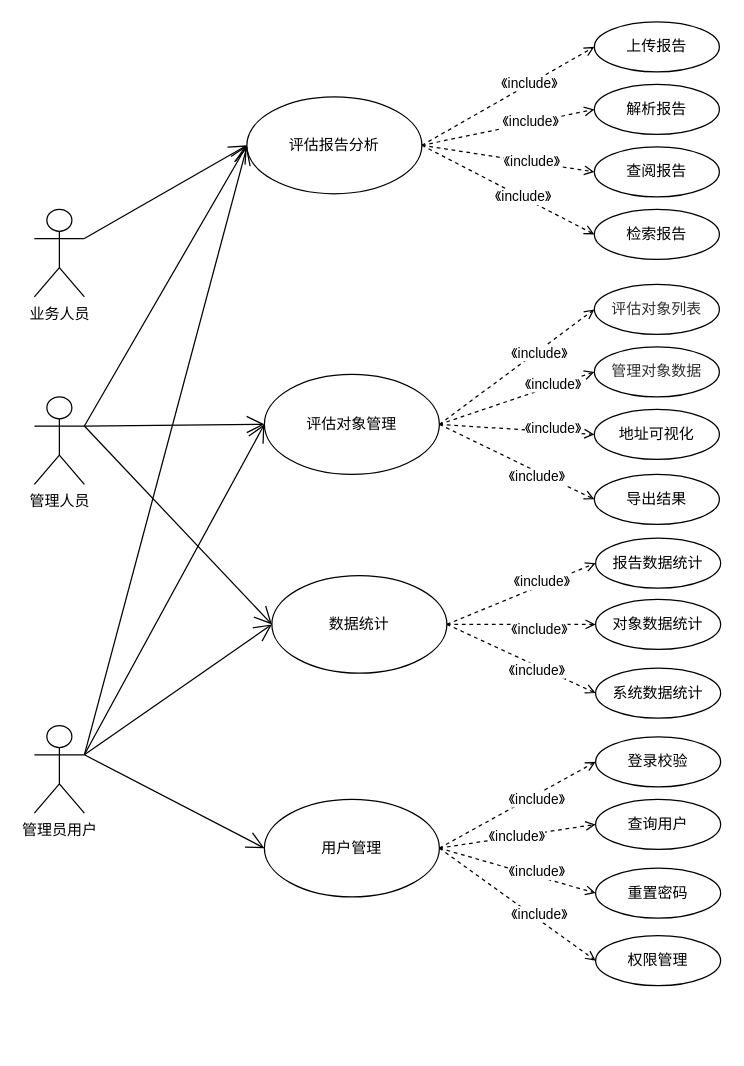
Before: user_case.drawio in lang22/DocAI_UML, a draw.io diagram. Source tidied: cells renumbered, new cells numbered last; positions are measured from the earlier drawing's top-left corner, leaving out a move shared by most shapes. Both pictures are drawn from the tidied source at 125%, with x=0, y=0 at pixel (34, 21).
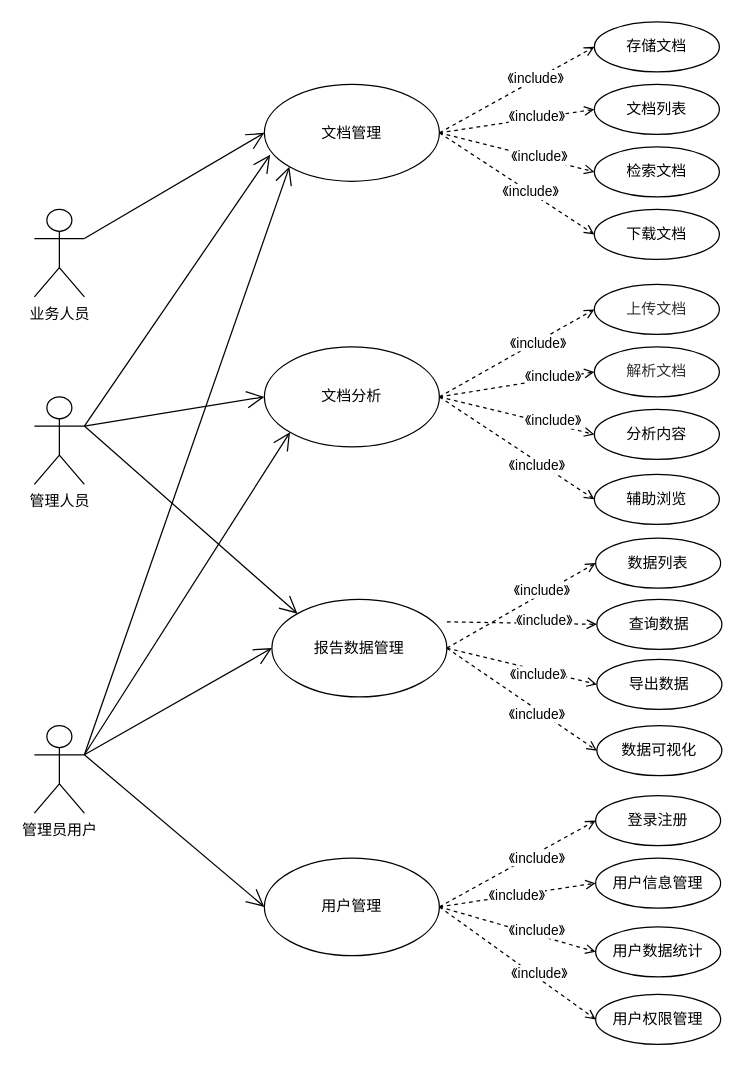
The same diagram, later.

The change refers to these unchanged cells:
```xml
<mxCell id="49" value="管理人员" style="shape=umlActor;verticalLabelPosition=bottom;verticalAlign=top;html=1;" parent="1" vertex="1">
  <mxGeometry y="300" width="40" height="70" as="geometry" />
</mxCell>
<mxCell id="50" value="管理员用户" style="shape=umlActor;verticalLabelPosition=bottom;verticalAlign=top;html=1;" parent="1" vertex="1">
  <mxGeometry y="563" width="40" height="70" as="geometry" />
</mxCell>
```

The edit, as a diff of the source:
```diff
@@
-    <mxCell id="6" value="评估报告分析" style="ellipse;whiteSpace=wrap;html=1;" parent="1" vertex="1">
-      <mxGeometry x="170" y="60" width="140" height="77.5" as="geometry" />
+    <mxCell id="6" value="文档管理" style="ellipse;whiteSpace=wrap;html=1;" parent="1" vertex="1">
+      <mxGeometry x="184" y="50" width="140" height="77.5" as="geometry" />
     </mxCell>
@@
-    <mxCell id="11" value="数据统计" style="ellipse;whiteSpace=wrap;html=1;" parent="1" vertex="1">
-      <mxGeometry x="190" y="443" width="140" height="78" as="geometry" />
+    <mxCell id="11" value="报告数据管理" style="ellipse;whiteSpace=wrap;html=1;" parent="1" vertex="1">
+      <mxGeometry x="190" y="462" width="140" height="78" as="geometry" />
     </mxCell>
@@
     <mxCell id="15" value="用户管理" style="ellipse;whiteSpace=wrap;html=1;" parent="1" vertex="1">
-      <mxGeometry x="184" y="622" width="140" height="78" as="geometry" />
+      <mxGeometry x="184" y="669" width="140" height="78" as="geometry" />
     </mxCell>
@@
-    <mxCell id="24" value="评估对象管理" style="ellipse;whiteSpace=wrap;html=1;" parent="1" vertex="1">
-      <mxGeometry x="184" y="282" width="140" height="80" as="geometry" />
+    <mxCell id="24" value="文档分析" style="ellipse;whiteSpace=wrap;html=1;" parent="1" vertex="1">
+      <mxGeometry x="184" y="260" width="140" height="80" as="geometry" />
     </mxCell>
@@
-    <mxCell id="26" value="上传报告" style="ellipse;whiteSpace=wrap;html=1;" parent="1" vertex="1">
+    <mxCell id="26" value="存储文档" style="ellipse;whiteSpace=wrap;html=1;" parent="1" vertex="1">
       <mxGeometry x="448" width="100" height="40" as="geometry" />
     </mxCell>
-    <mxCell id="27" value="解析报告" style="ellipse;whiteSpace=wrap;html=1;" parent="1" vertex="1">
+    <mxCell id="27" value="文档列表" style="ellipse;whiteSpace=wrap;html=1;" parent="1" vertex="1">
       <mxGeometry x="448" y="50" width="100" height="40" as="geometry" />
     </mxCell>
-    <mxCell id="28" value="导出结果" style="ellipse;whiteSpace=wrap;html=1;" parent="1" vertex="1">
+    <mxCell id="28" value="辅助浏览" style="ellipse;whiteSpace=wrap;html=1;" parent="1" vertex="1">
       <mxGeometry x="448" y="362" width="100" height="40" as="geometry" />
     </mxCell>
-    <mxCell id="29" value="&lt;span style=&quot;color: rgb(50, 50, 50); font-family: 微软雅黑; background-color: rgba(255, 255, 255, 0.01);&quot;&gt;评估对象列表&lt;/span&gt;" style="ellipse;whiteSpace=wrap;html=1;" parent="1" vertex="1">
+    <mxCell id="29" value="&lt;font face=&quot;微软雅黑&quot; color=&quot;#323232&quot;&gt;&lt;span class=&quot;custom-cursor-default-hover&quot; style=&quot;background-color: rgba(255, 255, 255, 0.01);&quot;&gt;上传文档&lt;/span&gt;&lt;/font&gt;" style="ellipse;whiteSpace=wrap;html=1;" parent="1" vertex="1">
       <mxGeometry x="448" y="210" width="100" height="40" as="geometry" />
     </mxCell>
-    <mxCell id="30" value="地址可视化" style="ellipse;whiteSpace=wrap;html=1;" parent="1" vertex="1">
+    <mxCell id="30" value="分析内容" style="ellipse;whiteSpace=wrap;html=1;" parent="1" vertex="1">
       <mxGeometry x="448" y="310" width="100" height="40" as="geometry" />
     </mxCell>
-    <mxCell id="31" value="&lt;span style=&quot;color: rgb(50, 50, 50); font-family: 微软雅黑; background-color: rgba(255, 255, 255, 0.01);&quot;&gt;管理对象数据&lt;/span&gt;" style="ellipse;whiteSpace=wrap;html=1;" parent="1" vertex="1">
+    <mxCell id="31" value="&lt;span class=&quot;custom-cursor-default-hover&quot; style=&quot;color: rgb(50, 50, 50); font-family: 微软雅黑; background-color: rgba(255, 255, 255, 0.01);&quot;&gt;解析文档&lt;/span&gt;" style="ellipse;whiteSpace=wrap;html=1;" parent="1" vertex="1">
       <mxGeometry x="448" y="260" width="100" height="40" as="geometry" />
     </mxCell>
-    <mxCell id="32" value="检索报告" style="ellipse;whiteSpace=wrap;html=1;" parent="1" vertex="1">
+    <mxCell id="32" value="下载文档" style="ellipse;whiteSpace=wrap;html=1;" parent="1" vertex="1">
       <mxGeometry x="448" y="150" width="100" height="40" as="geometry" />
     </mxCell>
-    <mxCell id="33" value="查阅报告" style="ellipse;whiteSpace=wrap;html=1;" parent="1" vertex="1">
+    <mxCell id="33" value="检索文档" style="ellipse;whiteSpace=wrap;html=1;" parent="1" vertex="1">
       <mxGeometry x="448" y="100" width="100" height="40" as="geometry" />
     </mxCell>
-    <mxCell id="34" value="报告数据统计" style="ellipse;whiteSpace=wrap;html=1;" parent="1" vertex="1">
+    <mxCell id="34" value="数据列表" style="ellipse;whiteSpace=wrap;html=1;" parent="1" vertex="1">
       <mxGeometry x="449" y="413" width="100" height="40" as="geometry" />
     </mxCell>
@@
-    <mxCell id="39" value="对象数据统计" style="ellipse;whiteSpace=wrap;html=1;" parent="1" vertex="1">
-      <mxGeometry x="449" y="462" width="100" height="40" as="geometry" />
+    <mxCell id="39" value="导出数据" style="ellipse;whiteSpace=wrap;html=1;" parent="1" vertex="1">
+      <mxGeometry x="450" y="510" width="100" height="40" as="geometry" />
     </mxCell>
-    <mxCell id="40" value="查询用户" style="ellipse;whiteSpace=wrap;html=1;" parent="1" vertex="1">
-      <mxGeometry x="449" y="622" width="100" height="40" as="geometry" />
+    <mxCell id="40" value="用户信息管理" style="ellipse;whiteSpace=wrap;html=1;" parent="1" vertex="1">
+      <mxGeometry x="449" y="669" width="100" height="40" as="geometry" />
     </mxCell>
-    <mxCell id="41" value="重置密码" style="ellipse;whiteSpace=wrap;html=1;" parent="1" vertex="1">
-      <mxGeometry x="449" y="677" width="100" height="40" as="geometry" />
+    <mxCell id="41" value="用户数据统计" style="ellipse;whiteSpace=wrap;html=1;" parent="1" vertex="1">
+      <mxGeometry x="449" y="724" width="100" height="40" as="geometry" />
     </mxCell>
@@
-    <mxCell id="43" value="系统数据统计" style="ellipse;whiteSpace=wrap;html=1;" parent="1" vertex="1">
-      <mxGeometry x="449" y="517" width="100" height="40" as="geometry" />
+    <mxCell id="43" value="数据可视化" style="ellipse;whiteSpace=wrap;html=1;" parent="1" vertex="1">
+      <mxGeometry x="450" y="563" width="100" height="40" as="geometry" />
     </mxCell>
@@
-    <mxCell id="46" value="登录校验" style="ellipse;whiteSpace=wrap;html=1;" parent="1" vertex="1">
-      <mxGeometry x="449" y="572" width="100" height="40" as="geometry" />
+    <mxCell id="46" value="登录注册" style="ellipse;whiteSpace=wrap;html=1;" parent="1" vertex="1">
+      <mxGeometry x="449" y="619" width="100" height="40" as="geometry" />
     </mxCell>
@@
-    <mxCell id="51" style="endArrow=open;endSize=12;html=1;rounded=0;exitX=1;exitY=0.3333333333333333;exitDx=0;exitDy=0;exitPerimeter=0;entryX=0;entryY=0.5;entryDx=0;entryDy=0;" parent="1" edge="1" source="49" target="6">
+    <mxCell id="51" style="endArrow=open;endSize=12;html=1;rounded=0;exitX=1;exitY=0.3333333333333333;exitDx=0;exitDy=0;exitPerimeter=0;entryX=0.033;entryY=0.727;entryDx=0;entryDy=0;entryPerimeter=0;" parent="1" edge="1" source="49" target="6">
       <mxGeometry x="0.14" y="-19" relative="1" as="geometry" />
     </mxCell>
@@
-    <mxCell id="55" style="endArrow=open;endSize=12;html=1;rounded=0;entryX=0;entryY=0.5;entryDx=0;entryDy=0;exitX=1;exitY=0.3333333333333333;exitDx=0;exitDy=0;exitPerimeter=0;" parent="1" edge="1" source="49" target="11">
+    <mxCell id="55" style="endArrow=open;endSize=12;html=1;rounded=0;entryX=0;entryY=0;entryDx=0;entryDy=0;exitX=1;exitY=0.3333333333333333;exitDx=0;exitDy=0;exitPerimeter=0;" parent="1" edge="1" source="49" target="11">
       <mxGeometry x="0.14" y="-19" relative="1" as="geometry" />
     </mxCell>
-    <mxCell id="56" value="权限管理" style="ellipse;whiteSpace=wrap;html=1;" parent="1" vertex="1">
-      <mxGeometry x="449" y="731" width="100" height="40" as="geometry" />
+    <mxCell id="56" value="用户权限管理" style="ellipse;whiteSpace=wrap;html=1;" parent="1" vertex="1">
+      <mxGeometry x="449" y="778" width="100" height="40" as="geometry" />
     </mxCell>
@@
-    <mxCell id="59" style="endArrow=open;endSize=12;html=1;rounded=0;exitX=1;exitY=0.3333333333333333;exitDx=0;exitDy=0;exitPerimeter=0;" parent="1" edge="1" source="50">
-      <mxGeometry x="0.14" y="-19" relative="1" as="geometry">
-        <mxPoint x="170" y="100" as="targetPoint" />
-      </mxGeometry>
+    <mxCell id="59" style="endArrow=open;endSize=12;html=1;rounded=0;exitX=1;exitY=0.3333333333333333;exitDx=0;exitDy=0;exitPerimeter=0;entryX=0;entryY=1;entryDx=0;entryDy=0;" parent="1" edge="1" source="50" target="6">
+      <mxGeometry x="0.14" y="-19" relative="1" as="geometry" />
     </mxCell>
-    <mxCell id="60" style="endArrow=open;endSize=12;html=1;rounded=0;entryX=0;entryY=0.5;entryDx=0;entryDy=0;exitX=1;exitY=0.3333333333333333;exitDx=0;exitDy=0;exitPerimeter=0;" parent="1" edge="1" source="50" target="24">
+    <mxCell id="60" style="endArrow=open;endSize=12;html=1;rounded=0;exitX=1;exitY=0.3333333333333333;exitDx=0;exitDy=0;exitPerimeter=0;entryX=0;entryY=1;entryDx=0;entryDy=0;" parent="1" edge="1" source="50" target="24">
       <mxGeometry x="0.14" y="-19" relative="1" as="geometry" />
     </mxCell>
+    <mxCell id="61" value="查询数据" style="ellipse;whiteSpace=wrap;html=1;" parent="1" vertex="1">
+      <mxGeometry x="450" y="462" width="100" height="40" as="geometry" />
+    </mxCell>
+    <mxCell id="62" style="edgeStyle=none;rounded=0;jettySize=auto;html=1;entryX=0;entryY=0.5;entryDx=0;entryDy=0;dashed=1;endArrow=open;endFill=0;" parent="1" edge="1" target="61">
+      <mxGeometry relative="1" as="geometry">
+        <mxPoint x="330" y="480" as="sourcePoint" />
+      </mxGeometry>
+    </mxCell>
+    <mxCell id="63" value="《include》" style="edgeLabel;html=1;align=center;verticalAlign=middle;" parent="62" vertex="1">
+      <mxGeometry x="0.29" y="2" relative="1" as="geometry">
+        <mxPoint y="-1" as="offset" />
+      </mxGeometry>
+    </mxCell>
```
